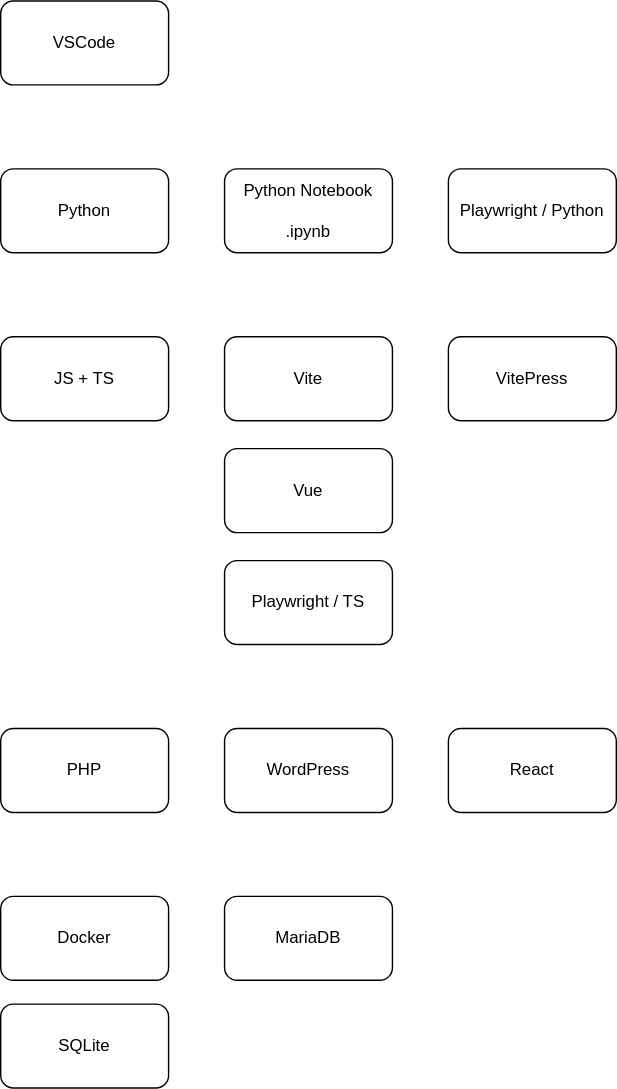
This is python/architecture.drawio.svg from applh/gaia-jpp, a draw.io export, as it was before one commit. Source tidied: cells renumbered, new cells last; positions are measured from the earlier drawing's top-left corner, leaving out a move shared by most shapes.
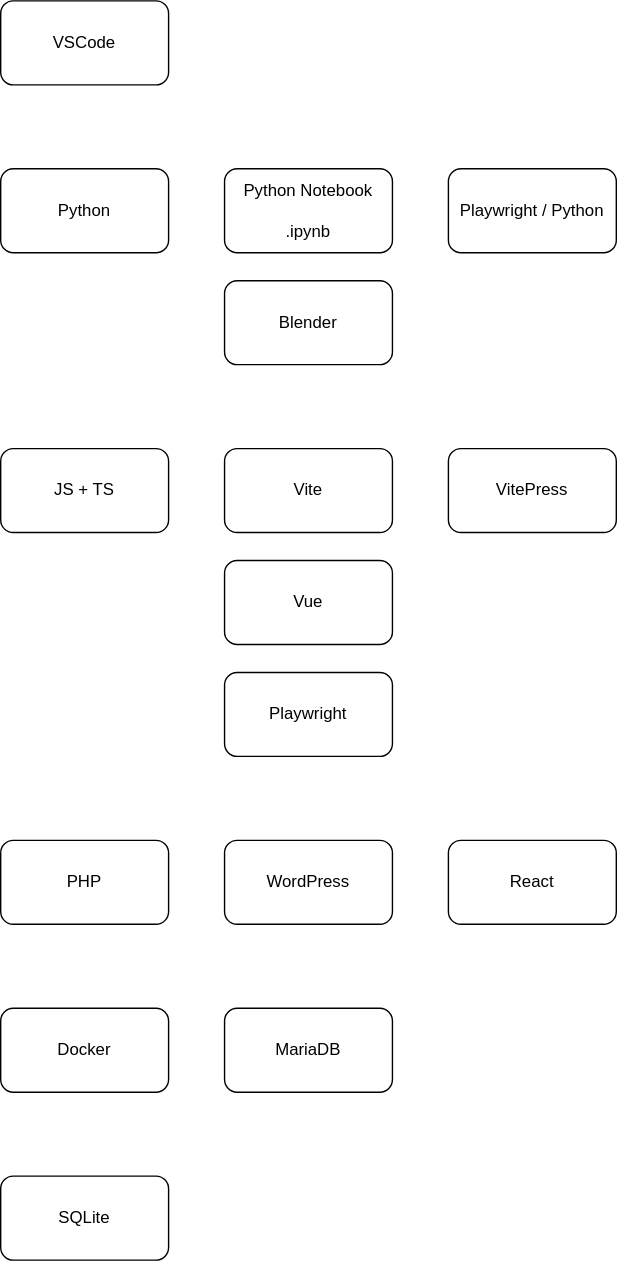
Above is the later version.

Commit message:
v0.1.2 python / add blender

Change to the diagram source:
```diff
@@ -3,13 +3,13 @@
     <mxCell id="0" />
     <mxCell id="1" parent="0" />
     <mxCell id="2" value="VSCode" style="rounded=1;whiteSpace=wrap;html=1;" parent="1" vertex="1">
-      <mxGeometry width="120" height="60" as="geometry" />
+      <mxGeometry y="-80" width="120" height="60" as="geometry" />
     </mxCell>
     <mxCell id="3" value="Python" style="rounded=1;whiteSpace=wrap;html=1;" parent="1" vertex="1">
-      <mxGeometry y="120" width="120" height="60" as="geometry" />
+      <mxGeometry y="40" width="120" height="60" as="geometry" />
     </mxCell>
     <mxCell id="4" value="Python Notebook&lt;br&gt;&lt;br&gt;.ipynb" style="rounded=1;whiteSpace=wrap;html=1;" parent="1" vertex="1">
-      <mxGeometry x="160" y="120" width="120" height="60" as="geometry" />
+      <mxGeometry x="160" y="40" width="120" height="60" as="geometry" />
     </mxCell>
     <mxCell id="5" value="JS + TS" style="rounded=1;whiteSpace=wrap;html=1;" parent="1" vertex="1">
       <mxGeometry y="240" width="120" height="60" as="geometry" />
@@ -23,7 +23,7 @@
     <mxCell id="8" value="VitePress" style="rounded=1;whiteSpace=wrap;html=1;" parent="1" vertex="1">
       <mxGeometry x="320" y="240" width="120" height="60" as="geometry" />
     </mxCell>
-    <mxCell id="9" value="Playwright / TS" style="rounded=1;whiteSpace=wrap;html=1;" parent="1" vertex="1">
+    <mxCell id="9" value="Playwright" style="rounded=1;whiteSpace=wrap;html=1;" parent="1" vertex="1">
       <mxGeometry x="160" y="400" width="120" height="60" as="geometry" />
     </mxCell>
     <mxCell id="10" value="PHP" style="rounded=1;whiteSpace=wrap;html=1;" parent="1" vertex="1">
@@ -36,16 +36,19 @@
       <mxGeometry x="320" y="520" width="120" height="60" as="geometry" />
     </mxCell>
     <mxCell id="13" value="Playwright / Python" style="rounded=1;whiteSpace=wrap;html=1;" parent="1" vertex="1">
-      <mxGeometry x="320" y="120" width="120" height="60" as="geometry" />
+      <mxGeometry x="320" y="40" width="120" height="60" as="geometry" />
     </mxCell>
     <mxCell id="14" value="Docker" style="rounded=1;whiteSpace=wrap;html=1;" parent="1" vertex="1">
       <mxGeometry y="640" width="120" height="60" as="geometry" />
     </mxCell>
     <mxCell id="15" value="SQLite" style="rounded=1;whiteSpace=wrap;html=1;" parent="1" vertex="1">
-      <mxGeometry y="717" width="120" height="60" as="geometry" />
+      <mxGeometry y="760" width="120" height="60" as="geometry" />
     </mxCell>
     <mxCell id="16" value="MariaDB" style="rounded=1;whiteSpace=wrap;html=1;" parent="1" vertex="1">
       <mxGeometry x="160" y="640" width="120" height="60" as="geometry" />
     </mxCell>
+    <mxCell id="17" value="Blender" style="rounded=1;whiteSpace=wrap;html=1;" parent="1" vertex="1">
+      <mxGeometry x="160" y="120" width="120" height="60" as="geometry" />
+    </mxCell>
   </root>
 </mxGraphModel>
```
